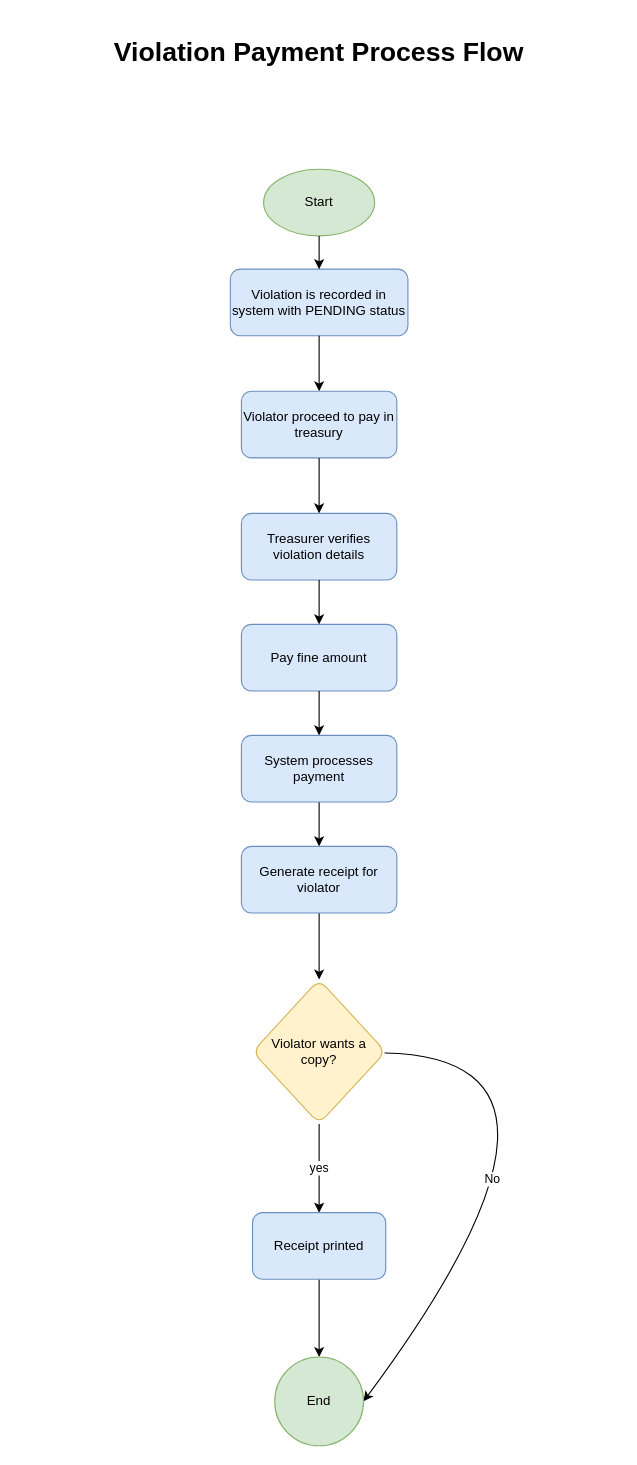
Above: payment_process_flow.drawio in PotatoLover169/CTTMO-Traffic-violation-Management-System (draw.io), before the change. Source tidied: cells renumbered, new cells numbered last; positions are measured from the earlier drawing's top-left corner, leaving out a move shared by most shapes. Both pictures are drawn from the tidied source at 111%, with x=0, y=0 at pixel (19, 36).
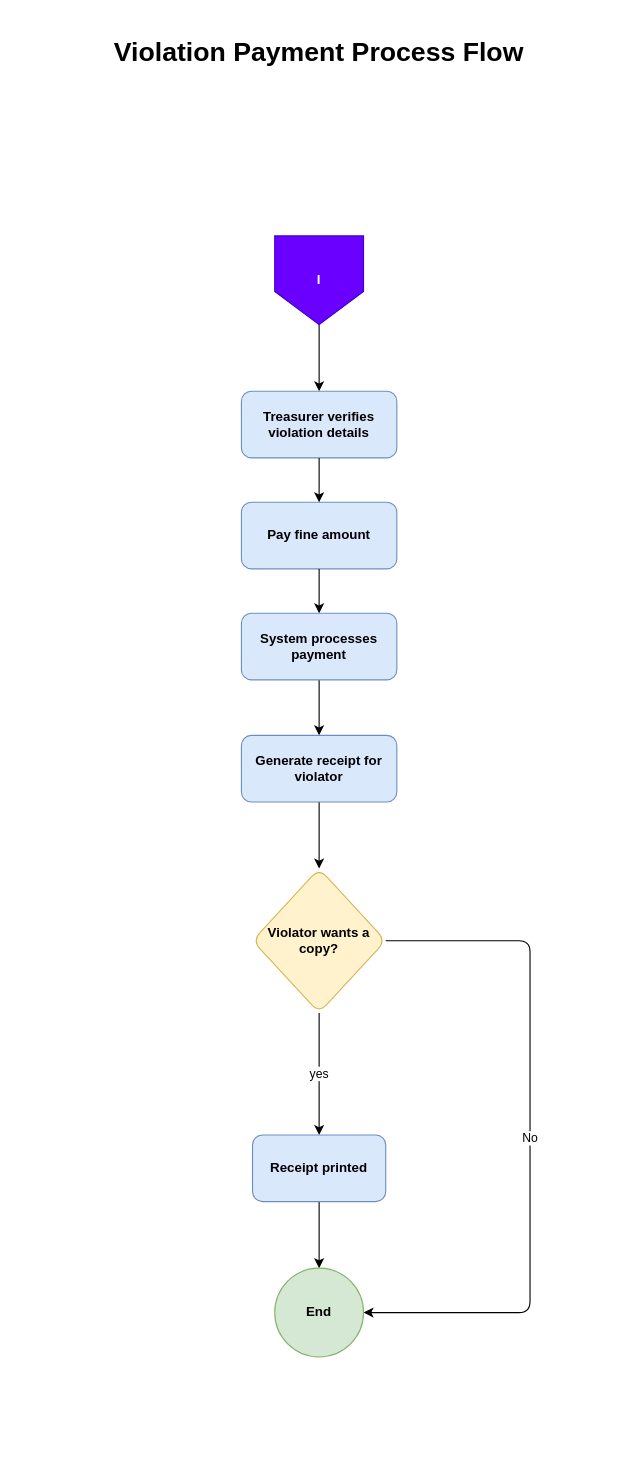
The same page after the edit.

Change to the diagram source:
```diff
@@
-    <mxCell id="3" value="Start" style="ellipse;whiteSpace=wrap;html=1;fillColor=#d5e8d4;strokeColor=#82b366;" parent="1" vertex="1">
-      <mxGeometry x="220" y="120" width="100" height="60" as="geometry" />
-    </mxCell>
-    <mxCell id="4" value="Violation is recorded in system with PENDING status" style="rounded=1;whiteSpace=wrap;html=1;fillColor=#dae8fc;strokeColor=#6c8ebf;" parent="1" vertex="1">
-      <mxGeometry x="190" y="210" width="160" height="60" as="geometry" />
-    </mxCell>
-    <mxCell id="5" style="endArrow=classic;html=1;exitX=0.5;exitY=1;exitDx=0;exitDy=0;entryX=0.5;entryY=0;entryDx=0;entryDy=0;" parent="1" edge="1" target="4">
-      <mxGeometry relative="1" as="geometry">
-        <mxPoint x="270" y="180" as="sourcePoint" />
-      </mxGeometry>
+    <mxCell id="5" style="endArrow=classic;html=1;exitX=0.5;exitY=1;exitDx=0;exitDy=0;" parent="1" edge="1" source="25" target="8">
+      <mxGeometry relative="1" as="geometry" />
     </mxCell>
-    <mxCell id="6" style="endArrow=classic;html=1;exitX=0.5;exitY=1;exitDx=0;exitDy=0;entryX=0.5;entryY=0;entryDx=0;entryDy=0;" parent="1" edge="1" source="4">
-      <mxGeometry relative="1" as="geometry">
-        <mxPoint x="270" y="320" as="targetPoint" />
-      </mxGeometry>
-    </mxCell>
-    <mxCell id="7" value="Violator proceed to pay in treasury" style="rounded=1;whiteSpace=wrap;html=1;fillColor=#dae8fc;strokeColor=#6c8ebf;" parent="1" vertex="1">
-      <mxGeometry x="200" y="320" width="140" height="60" as="geometry" />
-    </mxCell>
-    <mxCell id="8" value="Treasurer verifies violation details" style="rounded=1;whiteSpace=wrap;html=1;fillColor=#dae8fc;strokeColor=#6c8ebf;" parent="1" vertex="1">
-      <mxGeometry x="200" y="430" width="140" height="60" as="geometry" />
+    <mxCell id="8" value="&lt;b&gt;Treasurer verifies violation details&lt;/b&gt;" style="rounded=1;whiteSpace=wrap;html=1;fillColor=#dae8fc;strokeColor=#6c8ebf;" parent="1" vertex="1">
+      <mxGeometry x="200" y="320" width="140" height="60" as="geometry" />
     </mxCell>
-    <mxCell id="9" value="Pay fine amount" style="rounded=1;whiteSpace=wrap;html=1;fillColor=#dae8fc;strokeColor=#6c8ebf;" parent="1" vertex="1">
-      <mxGeometry x="200" y="530" width="140" height="60" as="geometry" />
+    <mxCell id="9" value="&lt;b&gt;Pay fine amount&lt;/b&gt;" style="rounded=1;whiteSpace=wrap;html=1;fillColor=#dae8fc;strokeColor=#6c8ebf;" parent="1" vertex="1">
+      <mxGeometry x="200" y="420" width="140" height="60" as="geometry" />
     </mxCell>
-    <mxCell id="10" style="endArrow=classic;html=1;exitX=0.5;exitY=1;exitDx=0;exitDy=0;entryX=0.5;entryY=0;entryDx=0;entryDy=0;" parent="1" edge="1" source="7" target="8">
-      <mxGeometry relative="1" as="geometry" />
-    </mxCell>
@@
-    <mxCell id="13" value="System processes payment" style="rounded=1;whiteSpace=wrap;html=1;fillColor=#dae8fc;strokeColor=#6c8ebf;" parent="1" vertex="1">
-      <mxGeometry x="200" y="630" width="140" height="60" as="geometry" />
+    <mxCell id="13" value="&lt;b&gt;System processes payment&lt;/b&gt;" style="rounded=1;whiteSpace=wrap;html=1;fillColor=#dae8fc;strokeColor=#6c8ebf;" parent="1" vertex="1">
+      <mxGeometry x="200" y="520" width="140" height="60" as="geometry" />
     </mxCell>
@@
-    <mxCell id="16" value="Generate receipt for violator" style="rounded=1;whiteSpace=wrap;html=1;fillColor=#dae8fc;strokeColor=#6c8ebf;" parent="1" vertex="1">
-      <mxGeometry x="200" y="730" width="140" height="60" as="geometry" />
+    <mxCell id="16" value="&lt;b&gt;Generate receipt for violator&lt;/b&gt;" style="rounded=1;whiteSpace=wrap;html=1;fillColor=#dae8fc;strokeColor=#6c8ebf;" parent="1" vertex="1">
+      <mxGeometry x="200" y="630" width="140" height="60" as="geometry" />
     </mxCell>
@@
-    <mxCell id="18" style="edgeStyle=none;html=1;entryX=1;entryY=0.5;entryDx=0;entryDy=0;rounded=0;curved=1;" parent="1" edge="1" source="20" target="23">
-      <mxGeometry relative="1" as="geometry">
-        <Array as="points">
-          <mxPoint x="540" y="920" />
-        </Array>
-      </mxGeometry>
-    </mxCell>
-    <mxCell id="19" value="No" style="edgeLabel;html=1;align=center;verticalAlign=middle;" parent="18" vertex="1">
-      <mxGeometry x="0.23" y="-27" relative="1" as="geometry" />
+    <mxCell id="19" value="No" style="edgeStyle=none;html=1;entryX=1;entryY=0.5;entryDx=0;entryDy=0;" parent="1" edge="1" source="20" target="23">
+      <mxGeometry relative="1" as="geometry">
+        <Array as="points">
+          <mxPoint x="460" y="815" />
+          <mxPoint x="460" y="1150" />
+        </Array>
+      </mxGeometry>
     </mxCell>
-    <mxCell id="20" value="Violator wants a copy?" style="rhombus;whiteSpace=wrap;html=1;fillColor=#fff2cc;strokeColor=#d6b656;rounded=1;" parent="1" vertex="1">
-      <mxGeometry x="210" y="850" width="120" height="130" as="geometry" />
+    <mxCell id="20" value="&lt;b&gt;Violator wants a copy?&lt;/b&gt;" style="rhombus;whiteSpace=wrap;html=1;fillColor=#fff2cc;strokeColor=#d6b656;rounded=1;" parent="1" vertex="1">
+      <mxGeometry x="210" y="750" width="120" height="130" as="geometry" />
     </mxCell>
@@
-    <mxCell id="22" value="Receipt printed" style="whiteSpace=wrap;html=1;fillColor=#dae8fc;strokeColor=#6c8ebf;rounded=1;" parent="1" vertex="1">
-      <mxGeometry x="210" y="1060" width="120" height="60" as="geometry" />
+    <mxCell id="22" value="&lt;b&gt;Receipt printed&lt;/b&gt;" style="whiteSpace=wrap;html=1;fillColor=#dae8fc;strokeColor=#6c8ebf;rounded=1;" parent="1" vertex="1">
+      <mxGeometry x="210" y="990" width="120" height="60" as="geometry" />
     </mxCell>
-    <mxCell id="23" value="End" style="ellipse;whiteSpace=wrap;html=1;fillColor=#d5e8d4;strokeColor=#82b366;rounded=1;" parent="1" vertex="1">
-      <mxGeometry x="230" y="1190" width="80" height="80" as="geometry" />
+    <mxCell id="23" value="&lt;b&gt;End&lt;/b&gt;" style="ellipse;whiteSpace=wrap;html=1;fillColor=#d5e8d4;strokeColor=#82b366;rounded=1;" parent="1" vertex="1">
+      <mxGeometry x="230" y="1110" width="80" height="80" as="geometry" />
     </mxCell>
+    <mxCell id="24" style="endArrow=classic;html=1;exitX=0.5;exitY=1;exitDx=0;exitDy=0;" parent="1" edge="1" target="25">
+      <mxGeometry relative="1" as="geometry">
+        <mxPoint x="270" y="180" as="sourcePoint" />
+      </mxGeometry>
+    </mxCell>
+    <mxCell id="25" value="&lt;b&gt;&lt;font style=&quot;color: rgb(255, 255, 255);&quot;&gt;I&lt;/font&gt;&lt;/b&gt;" style="shape=offPageConnector;whiteSpace=wrap;html=1;fillColor=#6a00ff;fontColor=#ffffff;strokeColor=#3700CC;" parent="1" vertex="1">
+      <mxGeometry x="230" y="180" width="80" height="80" as="geometry" />
+    </mxCell>
```
